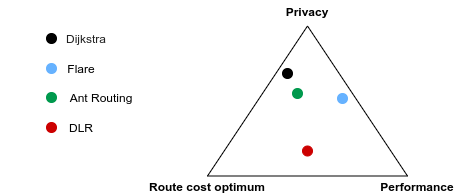
This is images/triangle_paper.png from jsarenik/thesis-extended-abstract, a draw.io export, as it was before one commit. Source tidied: cells renumbered, new cells last; positions are measured from the earlier drawing's top-left corner, leaving out a move shared by most shapes.
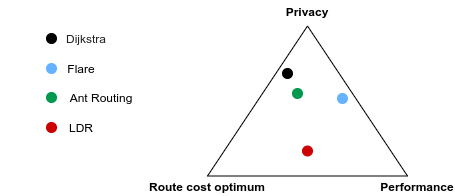
Above is the later version.

Diff of the diagram source:
```diff
@@ -41,7 +41,7 @@
     <mxCell id="14" style="ellipse;whiteSpace=wrap;html=1;strokeColor=#CC0000;fillColor=#CC0000;" parent="11" vertex="1">
       <mxGeometry x="46" y="94" width="10" height="10" as="geometry" />
     </mxCell>
-    <mxCell id="15" value="DLR" style="text;html=1;strokeColor=none;fillColor=none;align=center;verticalAlign=middle;whiteSpace=wrap;rounded=0;" parent="11" vertex="1">
+    <mxCell id="15" value="LDR" style="text;html=1;strokeColor=none;fillColor=none;align=center;verticalAlign=middle;whiteSpace=wrap;rounded=0;" parent="11" vertex="1">
       <mxGeometry x="66" y="89" width="30" height="20" as="geometry" />
     </mxCell>
     <mxCell id="16" value="Flare" style="text;html=1;strokeColor=none;fillColor=none;align=center;verticalAlign=middle;whiteSpace=wrap;rounded=0;" parent="11" vertex="1">
```
